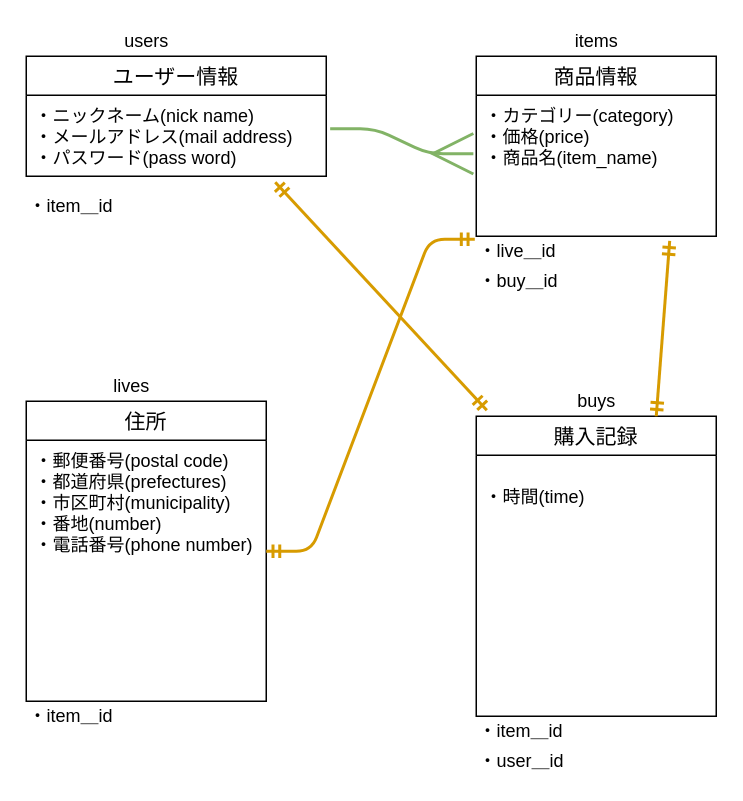
This is Draw.io/test.dio from Kuritaseiya/furima-28648, a draw.io file, before an edit. Source tidied: cells renumbered, new cells numbered last; positions are measured from the earlier drawing's top-left corner, leaving out a move shared by most shapes. Both pictures are drawn from the tidied source at 150%, with x=0, y=0 at pixel (26, 26).
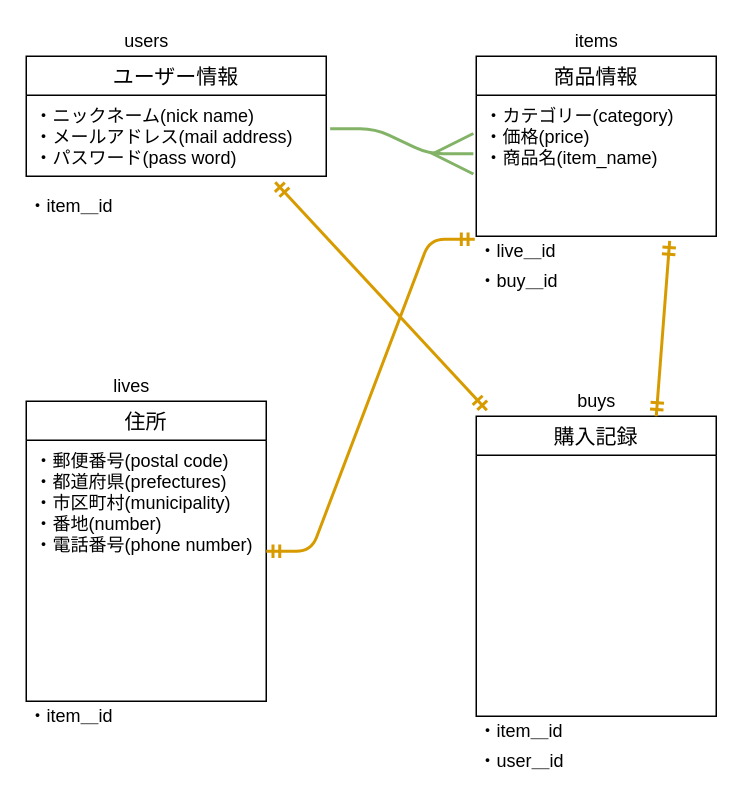
After the change.

Commit message (it also covers changes not shown here):
READMEに記述追加3

Unchanged cells that the change refers to:
```xml
<mxCell id="7" value="購入記録" style="swimlane;fontStyle=0;horizontal=1;startSize=26;align=center;fontSize=14;" parent="1" vertex="1">
  <mxGeometry x="300" y="260" width="160" height="200" as="geometry" />
</mxCell>
```

What changed in the source:
```diff
@@
-    <mxCell id="8" value="&#10;・時間(time)&#10;" style="text;strokeColor=none;fillColor=none;spacingLeft=4;spacingRight=4;overflow=hidden;fontSize=12;" parent="7" vertex="1">
-      <mxGeometry y="26" width="160" height="174" as="geometry" />
-    </mxCell>
```
